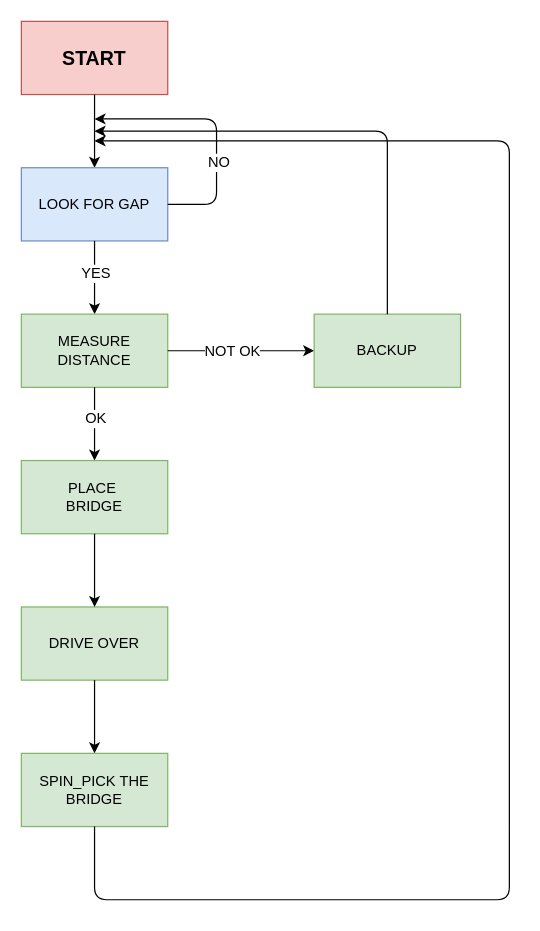
Above: Untitled Diagram.drawio in Isaac-Chadirchi/CS1821_Project (draw.io), before the change. Source tidied: cells renumbered, new cells numbered last; positions are measured from the earlier drawing's top-left corner, leaving out a move shared by most shapes. Both pictures are drawn from the tidied source at 122%, with x=0, y=0 at pixel (21, 21).
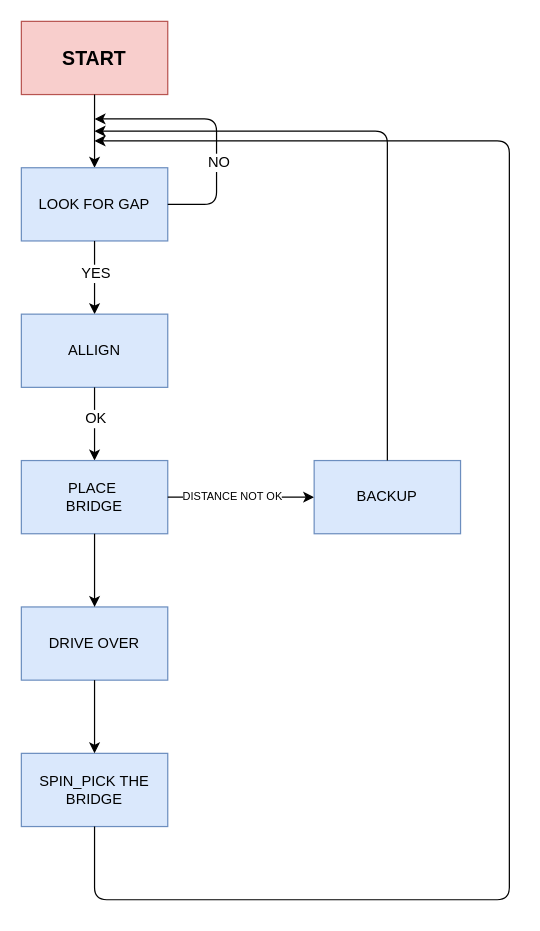
The same page after the edit.

The edit, as a diff of the source:
```diff
@@
-    <mxCell id="9" value="MEASURE DISTANCE" style="rounded=0;whiteSpace=wrap;html=1;fillColor=#d5e8d4;strokeColor=#82b366;" parent="1" vertex="1">
+    <mxCell id="9" value="ALLIGN" style="rounded=0;whiteSpace=wrap;html=1;fillColor=#dae8fc;strokeColor=#6c8ebf;" parent="1" vertex="1">
       <mxGeometry y="240" width="120" height="60" as="geometry" />
     </mxCell>
@@
-    <mxCell id="12" value="PLACE&amp;nbsp;&lt;br&gt;BRIDGE" style="rounded=0;whiteSpace=wrap;html=1;fillColor=#d5e8d4;strokeColor=#82b366;" parent="1" vertex="1">
+    <mxCell id="12" value="PLACE&amp;nbsp;&lt;br&gt;BRIDGE" style="rounded=0;whiteSpace=wrap;html=1;fillColor=#dae8fc;strokeColor=#6c8ebf;" parent="1" vertex="1">
       <mxGeometry y="360" width="120" height="60" as="geometry" />
     </mxCell>
-    <mxCell id="13" style="endArrow=classic;html=1;exitX=1;exitY=0.5;exitDx=0;exitDy=0;" parent="1" edge="1" source="9">
-      <mxGeometry relative="1" as="geometry">
-        <mxPoint x="240" y="270" as="targetPoint" />
-      </mxGeometry>
+    <mxCell id="13" style="endArrow=classic;html=1;exitX=1;exitY=0.5;exitDx=0;exitDy=0;entryX=0;entryY=0.5;entryDx=0;entryDy=0;" parent="1" edge="1" source="12" target="15">
+      <mxGeometry relative="1" as="geometry" />
     </mxCell>
-    <mxCell id="14" value="NOT OK" style="text;html=1;align=center;verticalAlign=middle;labelBackgroundColor=#ffffff;" parent="13" vertex="1">
-      <mxGeometry x="-0.13" relative="1" as="geometry" />
+    <mxCell id="14" value="DISTANCE NOT OK" style="text;html=1;align=center;verticalAlign=middle;labelBackgroundColor=#ffffff;fontSize=9;" parent="13" vertex="1">
+      <mxGeometry x="-0.13" relative="1" as="geometry">
+        <mxPoint y="-1" as="offset" />
+      </mxGeometry>
     </mxCell>
-    <mxCell id="15" value="BACKUP" style="rounded=0;whiteSpace=wrap;html=1;fillColor=#d5e8d4;strokeColor=#82b366;" parent="1" vertex="1">
-      <mxGeometry x="240" y="240" width="120" height="60" as="geometry" />
+    <mxCell id="15" value="BACKUP" style="rounded=0;whiteSpace=wrap;html=1;fillColor=#dae8fc;strokeColor=#6c8ebf;" parent="1" vertex="1">
+      <mxGeometry x="240" y="360" width="120" height="60" as="geometry" />
     </mxCell>
@@
-    <mxCell id="17" value="DRIVE OVER" style="rounded=0;whiteSpace=wrap;html=1;fillColor=#d5e8d4;strokeColor=#82b366;" parent="1" vertex="1">
+    <mxCell id="17" value="DRIVE OVER" style="rounded=0;whiteSpace=wrap;html=1;fillColor=#dae8fc;strokeColor=#6c8ebf;" parent="1" vertex="1">
       <mxGeometry y="480" width="120" height="60" as="geometry" />
     </mxCell>
-    <mxCell id="18" value="SPIN_PICK THE BRIDGE" style="rounded=0;whiteSpace=wrap;html=1;fillColor=#d5e8d4;strokeColor=#82b366;" parent="1" vertex="1">
+    <mxCell id="18" value="SPIN_PICK THE BRIDGE" style="rounded=0;whiteSpace=wrap;html=1;fillColor=#dae8fc;strokeColor=#6c8ebf;" parent="1" vertex="1">
       <mxGeometry y="600" width="120" height="60" as="geometry" />
     </mxCell>
```
